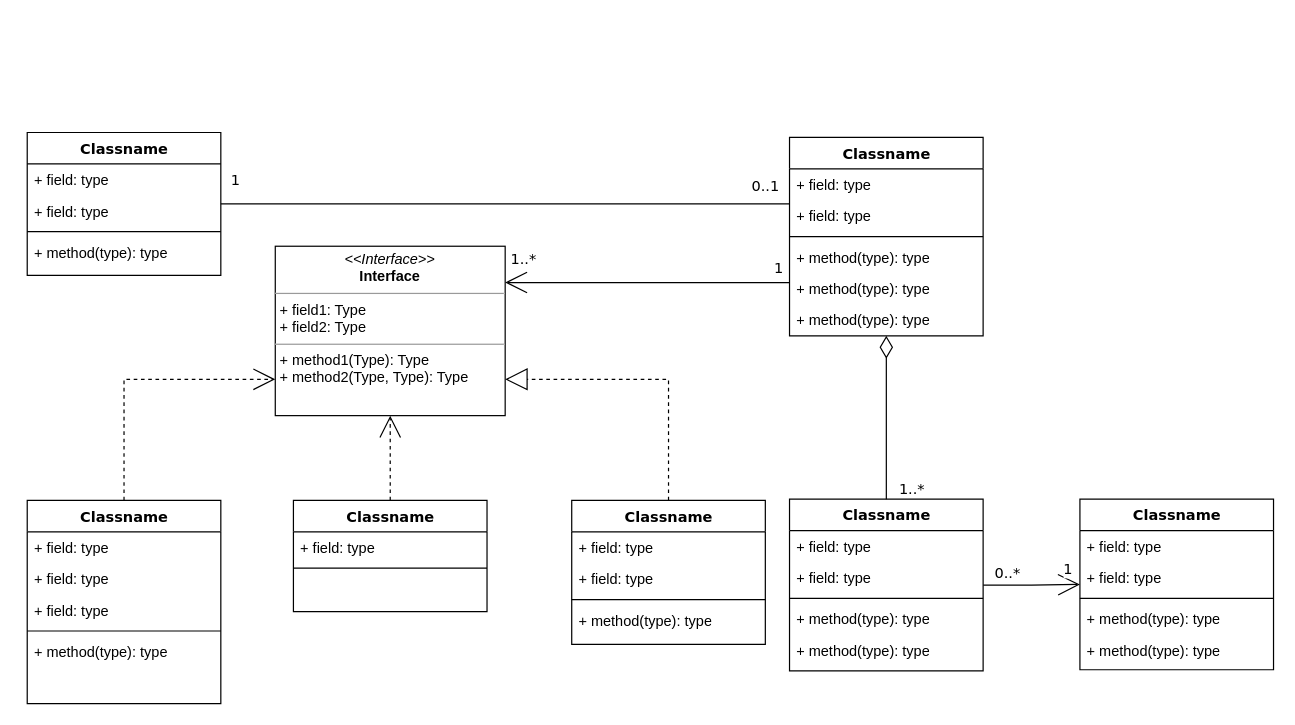
The draw.io diagram 未命名绘图.drawio in maoqin-h/cppwin32, before the edit. Source tidied: cells renumbered, new cells numbered last; positions are measured from the earlier drawing's top-left corner, leaving out a move shared by most shapes. Both pictures are drawn from the tidied source at 121%, with x=0, y=0 at pixel (27, 132).
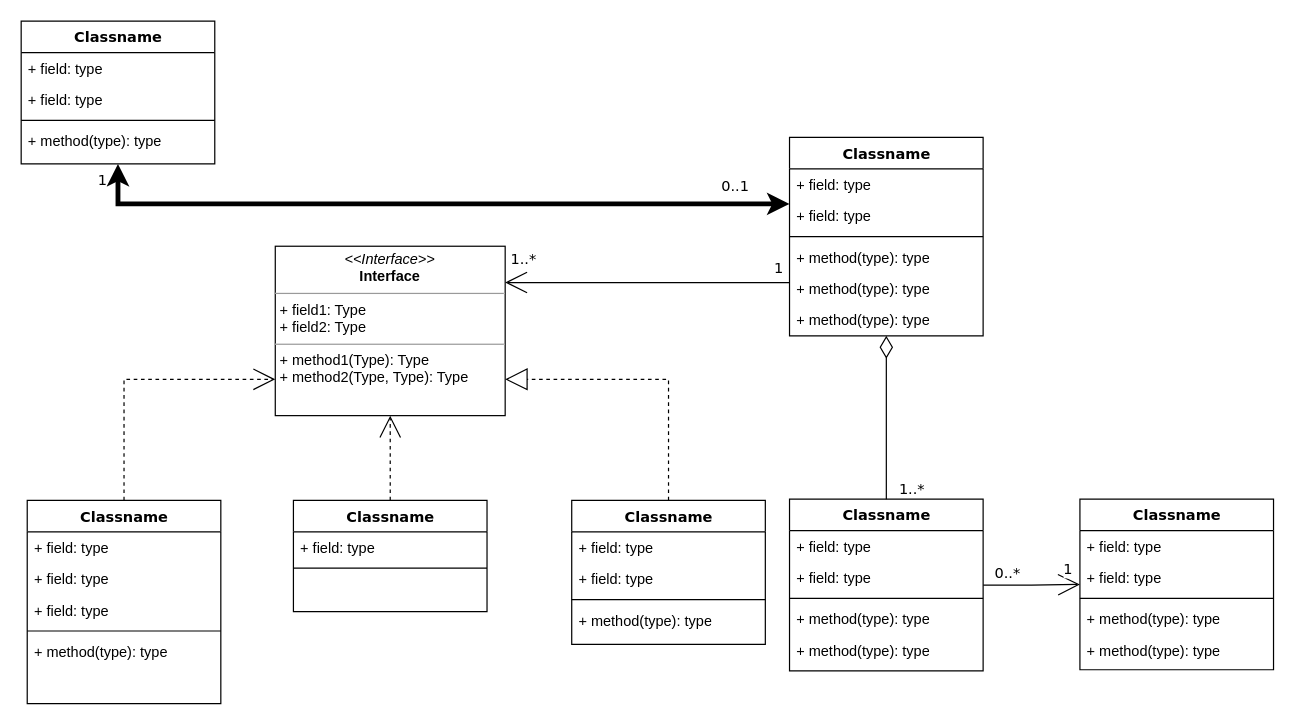
The same diagram, later.

Commit message:
更新未命名绘图.drawio

Unchanged cells that the change refers to:
```xml
<mxCell id="20" value="Classname" style="swimlane;html=1;fontStyle=1;align=center;verticalAlign=top;horizontal=1;startSize=26;swimlaneFillColor=#ffffff;rounded=0;shadow=0;comic=0;labelBackgroundColor=none;strokeWidth=1;fillColor=none;fontFamily=Verdana;fontSize=12;" parent="1" vertex="1">
  <mxGeometry x="630" y="4" width="160" height="164" as="geometry" />
</mxCell>
```

The edit, as a diff of the source:
```diff
@@
     <mxCell id="9" value="Classname" style="swimlane;html=1;fontStyle=1;align=center;verticalAlign=top;horizontal=1;startSize=26;swimlaneFillColor=#ffffff;rounded=0;shadow=0;comic=0;labelBackgroundColor=none;strokeWidth=1;fillColor=none;fontFamily=Verdana;fontSize=12;" parent="1" vertex="1">
-      <mxGeometry width="160" height="118" as="geometry" />
+      <mxGeometry x="-5" y="-92" width="160" height="118" as="geometry" />
     </mxCell>
@@
-    <mxCell id="17" style="edgeStyle=orthogonalEdgeStyle;rounded=0;html=1;labelBackgroundColor=none;startArrow=none;startFill=0;startSize=8;endArrow=none;endFill=0;endSize=16;fontFamily=Verdana;fontSize=12;" parent="1" edge="1" source="20" target="9">
+    <mxCell id="17" style="edgeStyle=orthogonalEdgeStyle;rounded=0;html=1;labelBackgroundColor=none;startArrow=classic;startFill=1;endArrow=classic;endFill=1;fontFamily=Verdana;fontSize=12;strokeWidth=4;" parent="1" edge="1" source="20" target="9">
       <mxGeometry relative="1" as="geometry">
         <Array as="points">
           <mxPoint x="530" y="59" />
           <mxPoint x="530" y="59" />
         </Array>
       </mxGeometry>
     </mxCell>
```
